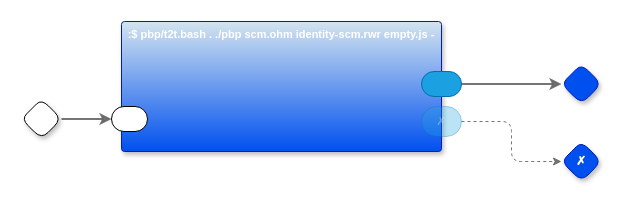
Earlier version of the draw.io diagram page "Unquote" (2 of 3) of p6.drawio (guitarvydas/p6). Source tidied: cells renumbered, new cells numbered last; positions are measured from the earlier drawing's top-left corner, leaving out a move shared by most shapes. Both pictures are drawn from the tidied source at 100%, with x=0, y=0 at pixel (21, 21).
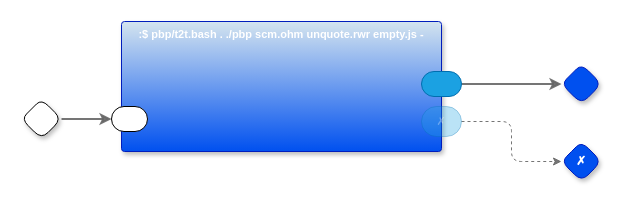
Above is the later version.

Change to the diagram source:
```diff
@@
 <mxGraphModel>
   <root>
     <mxCell id="0" />
     <mxCell id="1" parent="0" />
     <mxCell id="2" style="edgeStyle=orthogonalEdgeStyle;shape=connector;rounded=1;jumpStyle=arc;jettySize=auto;html=1;exitX=1;exitY=0.5;exitDx=0;exitDy=0;exitPerimeter=0;entryX=0;entryY=0.5;entryDx=0;entryDy=0;entryPerimeter=0;labelBackgroundColor=default;strokeColor=#666666;strokeWidth=2;fontFamily=Helvetica;fontSize=11;fontColor=default;endArrow=classic;fillColor=#f5f5f5;opacity=90;" parent="1" edge="1" source="3" target="9">
       <mxGeometry relative="1" as="geometry" />
     </mxCell>
     <mxCell id="3" style="rhombus;whiteSpace=wrap;html=1;rounded=1;fontStyle=1;glass=0;sketch=0;fontSize=12;points=[[0,0.5,0,0,0],[0.5,0,0,0,0],[0.5,1,0,0,0],[1,0.5,0,0,0]];shadow=1;fontFamily=Helvetica;fontColor=default;" parent="1" vertex="1">
       <mxGeometry y="77.5" width="40" height="40" as="geometry" />
     </mxCell>
     <mxCell id="4" style="rhombus;whiteSpace=wrap;html=1;rounded=1;fillColor=#0050ef;fontColor=#ffffff;strokeColor=#001DBC;fontStyle=1;glass=0;sketch=0;fontSize=12;points=[[0,0.5,0,0,0],[0.5,0,0,0,0],[0.5,1,0,0,0],[1,0.5,0,0,0]];shadow=1;fontFamily=Helvetica;" parent="1" vertex="1">
       <mxGeometry x="540" y="42.5" width="40" height="40" as="geometry" />
     </mxCell>
     <mxCell id="5" style="edgeStyle=orthogonalEdgeStyle;shape=connector;rounded=1;jumpStyle=arc;jettySize=auto;html=1;exitX=1;exitY=0.5;exitDx=0;exitDy=0;exitPerimeter=0;entryX=0;entryY=0.5;entryDx=0;entryDy=0;entryPerimeter=0;labelBackgroundColor=default;strokeColor=#666666;strokeWidth=2;fontFamily=Helvetica;fontSize=11;fontColor=default;endArrow=classic;fillColor=#f5f5f5;opacity=90;" parent="1" edge="1" source="10" target="4">
       <mxGeometry relative="1" as="geometry" />
     </mxCell>
     <mxCell id="6" value="✗" style="rhombus;whiteSpace=wrap;html=1;rounded=1;fillColor=#0050ef;fontColor=#ffffff;strokeColor=#001DBC;fontStyle=1;glass=0;sketch=0;fontSize=12;points=[[0,0.5,0,0,0],[0.5,0,0,0,0],[0.5,1,0,0,0],[1,0.5,0,0,0]];shadow=1;fontFamily=Helvetica;" parent="1" vertex="1">
       <mxGeometry x="540" y="120" width="40" height="40" as="geometry" />
     </mxCell>
     <mxCell id="7" style="edgeStyle=orthogonalEdgeStyle;shape=connector;rounded=1;jumpStyle=arc;jettySize=auto;html=1;exitX=1;exitY=0.5;exitDx=0;exitDy=0;exitPerimeter=0;entryX=0;entryY=0.5;entryDx=0;entryDy=0;entryPerimeter=0;labelBackgroundColor=default;strokeColor=#666666;strokeWidth=1;fontFamily=Helvetica;fontSize=11;fontColor=default;endArrow=classic;fillColor=#f5f5f5;opacity=90;dashed=1;" parent="1" edge="1" source="11" target="6">
       <mxGeometry relative="1" as="geometry" />
     </mxCell>
-    <mxCell id="8" value=":$ pbp/t2t.bash . ./pbp scm.ohm identity-scm.rwr empty.js -" style="rounded=1;whiteSpace=wrap;html=1;sketch=0;verticalAlign=top;arcSize=6;fontStyle=1;absoluteArcSize=1;shadow=1;strokeColor=#001DBC;fillColor=#D4E4EF;fontColor=#ffffff;fontFamily=Helvetica;fontSize=11;gradientColor=#0050EF;" parent="1" vertex="1">
+    <mxCell id="8" value=":$ pbp/t2t.bash . ./pbp scm.ohm unquote.rwr empty.js -" style="rounded=1;whiteSpace=wrap;html=1;sketch=0;verticalAlign=top;arcSize=6;fontStyle=1;absoluteArcSize=1;shadow=1;strokeColor=#001DBC;fillColor=#D4E4EF;fontColor=#ffffff;fontFamily=Helvetica;fontSize=11;gradientColor=#0050EF;" parent="1" vertex="1">
       <mxGeometry x="100" width="320" height="130" as="geometry" />
     </mxCell>
     <mxCell id="9" style="rounded=1;whiteSpace=wrap;html=1;sketch=0;points=[[0,0.5,0,0,0],[1,0.5,0,0,0]];arcSize=50;fontFamily=Helvetica;fontSize=11;fontColor=default;" parent="8" vertex="1">
       <mxGeometry x="-10" y="85" width="36" height="25" as="geometry" />
     </mxCell>
     <mxCell id="10" style="rounded=1;whiteSpace=wrap;html=1;sketch=0;points=[[0,0.5,0,0,0],[1,0.5,0,0,0]];fillColor=#1ba1e2;fontColor=#ffffff;strokeColor=#006EAF;arcSize=50;fontFamily=Helvetica;fontSize=11;" parent="8" vertex="1">
       <mxGeometry x="300" y="50" width="40" height="25" as="geometry" />
     </mxCell>
     <mxCell id="11" value="✗" style="rounded=1;whiteSpace=wrap;html=1;sketch=0;points=[[0,0.5,0,0,0],[1,0.5,0,0,0]];fillColor=#1ba1e2;fontColor=#ffffff;strokeColor=#006EAF;arcSize=50;fontFamily=Helvetica;fontSize=11;opacity=30;textOpacity=30;" parent="8" vertex="1">
       <mxGeometry x="300" y="85" width="40" height="30" as="geometry" />
     </mxCell>
   </root>
 </mxGraphModel>
```
